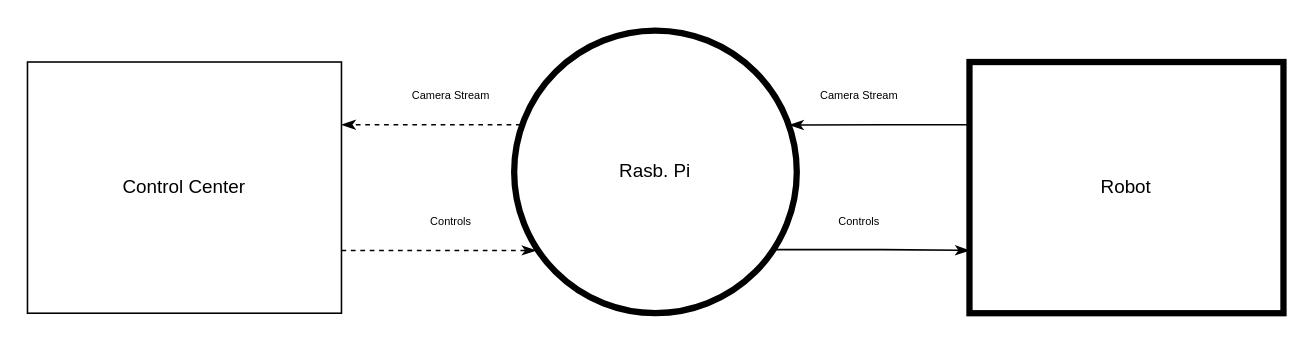
Above: page "Context" (1 of 5) of docs/diagrams/Design.drawio in GjergjiSh/Rush-B (draw.io), before the change. Source tidied: cells renumbered, new cells numbered last; positions are measured from the earlier drawing's top-left corner, leaving out a move shared by most shapes. Both pictures are drawn from the tidied source at 157%, with x=0, y=0 at pixel (27, 30).
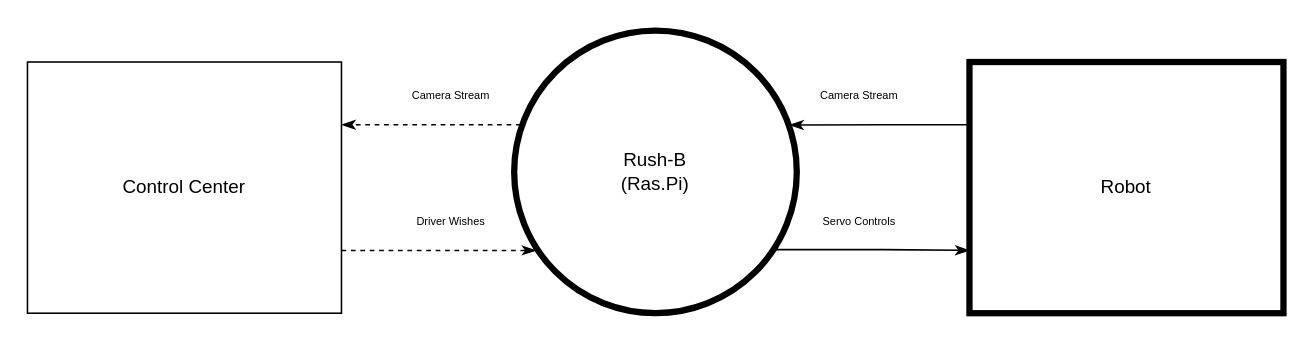
Above is the later version.

Commit message:
Modified context diagram

The edit, as a diff of the source:
```diff
@@
 <mxGraphModel>
   <root>
     <mxCell id="0" />
     <mxCell id="1" parent="0" />
-    <mxCell id="2" value="Rasb. Pi" style="ellipse;whiteSpace=wrap;html=1;strokeWidth=4;" parent="1" vertex="1">
+    <mxCell id="2" value="Rush-B&lt;br&gt;(Ras.Pi)" style="ellipse;whiteSpace=wrap;html=1;strokeWidth=4;" parent="1" vertex="1">
       <mxGeometry x="310" width="180" height="180" as="geometry" />
     </mxCell>
     <mxCell id="3" style="edgeStyle=orthogonalEdgeStyle;rounded=0;jettySize=auto;html=1;exitX=0.023;exitY=0.333;exitDx=0;exitDy=0;entryX=1;entryY=0.25;entryDx=0;entryDy=0;endArrow=classicThin;endFill=1;exitPerimeter=0;dashed=1;" parent="1" edge="1" source="2" target="5">
       <mxGeometry relative="1" as="geometry" />
     </mxCell>
     <mxCell id="4" style="edgeStyle=orthogonalEdgeStyle;rounded=0;jettySize=auto;html=1;exitX=1;exitY=0.75;exitDx=0;exitDy=0;endArrow=classicThin;endFill=1;dashed=1;" parent="1" edge="1" source="5">
       <mxGeometry relative="1" as="geometry">
         <mxPoint x="324" y="140" as="targetPoint" />
       </mxGeometry>
     </mxCell>
     <mxCell id="5" value="Control Center" style="rounded=0;whiteSpace=wrap;html=1;" parent="1" vertex="1">
       <mxGeometry y="20" width="200" height="160" as="geometry" />
     </mxCell>
     <mxCell id="6" style="edgeStyle=orthogonalEdgeStyle;rounded=0;jettySize=auto;html=1;exitX=0;exitY=0.25;exitDx=0;exitDy=0;entryX=0.974;entryY=0.334;entryDx=0;entryDy=0;entryPerimeter=0;endArrow=classicThin;endFill=1;" parent="1" edge="1" source="8" target="2">
       <mxGeometry relative="1" as="geometry" />
     </mxCell>
     <mxCell id="7" style="edgeStyle=orthogonalEdgeStyle;rounded=0;jettySize=auto;html=1;exitX=0.919;exitY=0.775;exitDx=0;exitDy=0;entryX=0;entryY=0.75;entryDx=0;entryDy=0;endArrow=classicThin;endFill=1;exitPerimeter=0;" parent="1" edge="1" source="2" target="8">
       <mxGeometry relative="1" as="geometry" />
     </mxCell>
     <mxCell id="8" value="Robot" style="rounded=0;whiteSpace=wrap;html=1;strokeWidth=4;" parent="1" vertex="1">
       <mxGeometry x="600" y="20" width="200" height="160" as="geometry" />
     </mxCell>
     <mxCell id="9" value="&lt;font style=&quot;font-size: 7px&quot;&gt;Camera Stream&lt;/font&gt;" style="text;html=1;strokeColor=none;fillColor=none;align=center;verticalAlign=middle;whiteSpace=wrap;rounded=0;" parent="1" vertex="1">
       <mxGeometry x="230" y="30" width="80" height="20" as="geometry" />
     </mxCell>
     <mxCell id="10" value="&lt;font style=&quot;font-size: 7px&quot;&gt;Camera Stream&lt;/font&gt;" style="text;html=1;strokeColor=none;fillColor=none;align=center;verticalAlign=middle;whiteSpace=wrap;rounded=0;" parent="1" vertex="1">
       <mxGeometry x="490" y="30" width="80" height="20" as="geometry" />
     </mxCell>
-    <mxCell id="11" value="&lt;font style=&quot;font-size: 7px&quot;&gt;Controls&lt;/font&gt;" style="text;html=1;strokeColor=none;fillColor=none;align=center;verticalAlign=middle;whiteSpace=wrap;rounded=0;" parent="1" vertex="1">
+    <mxCell id="11" value="&lt;font style=&quot;font-size: 7px&quot;&gt;Driver Wishes&lt;/font&gt;" style="text;html=1;strokeColor=none;fillColor=none;align=center;verticalAlign=middle;whiteSpace=wrap;rounded=0;" parent="1" vertex="1">
       <mxGeometry x="230" y="110" width="80" height="20" as="geometry" />
     </mxCell>
-    <mxCell id="12" value="&lt;font style=&quot;font-size: 7px&quot;&gt;Controls&lt;/font&gt;" style="text;html=1;strokeColor=none;fillColor=none;align=center;verticalAlign=middle;whiteSpace=wrap;rounded=0;" parent="1" vertex="1">
+    <mxCell id="12" value="&lt;font style=&quot;font-size: 7px&quot;&gt;Servo Controls&lt;/font&gt;" style="text;html=1;strokeColor=none;fillColor=none;align=center;verticalAlign=middle;whiteSpace=wrap;rounded=0;" parent="1" vertex="1">
       <mxGeometry x="490" y="110" width="80" height="20" as="geometry" />
     </mxCell>
   </root>
 </mxGraphModel>
```
